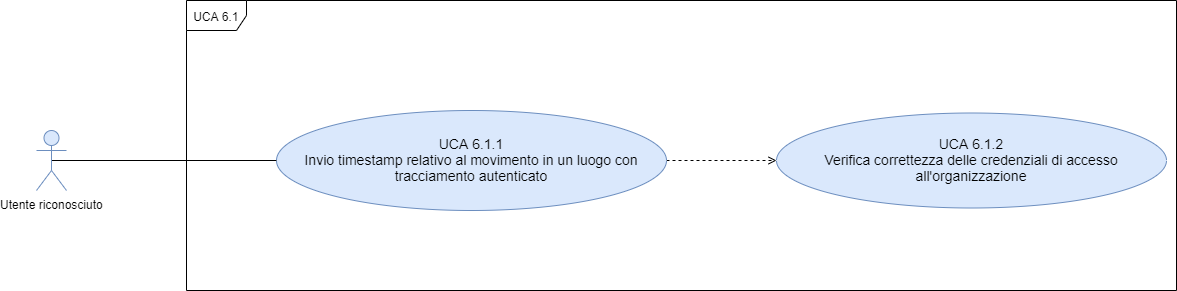
Above: DocumentazioneEsterna/AnalisiRequisiti/sezioni/UseCase/Immagini/UCA6.1.png in qb-team/Stalker-Documentazione (draw.io), before the change. Source tidied: cells renumbered, new cells last; positions are measured from the earlier drawing's top-left corner, leaving out a move shared by most shapes. Its diagram source:
```xml
<mxGraphModel>
  <root>
    <mxCell id="0" />
    <mxCell id="1" parent="0" />
    <mxCell id="2" value="UCA 6.1&amp;nbsp;" style="shape=umlFrame;whiteSpace=wrap;html=1;" parent="1" vertex="1">
      <mxGeometry x="150" width="990" height="290" as="geometry" />
    </mxCell>
    <mxCell id="3" style="edgeStyle=orthogonalEdgeStyle;rounded=0;jettySize=auto;html=1;exitX=1;exitY=0.5;exitDx=0;exitDy=0;endArrow=open;endFill=0;dashed=1;" parent="1" edge="1" source="4" target="5">
      <mxGeometry relative="1" as="geometry" />
    </mxCell>
    <mxCell id="4" value="&lt;font style=&quot;font-size: 14px&quot;&gt;UCA 6.1.1&lt;br&gt;Invio timestamp relativo al movimento in un luogo con tracciamento autenticato&lt;/font&gt;" style="ellipse;whiteSpace=wrap;html=1;fillColor=#dae8fc;strokeColor=#6c8ebf;" parent="1" vertex="1">
      <mxGeometry x="240" y="110" width="390" height="100" as="geometry" />
    </mxCell>
    <mxCell id="5" value="&lt;span style=&quot;font-size: 14px&quot;&gt;UCA 6.1.2&lt;br&gt;Verifica correttezza delle credenziali di accesso all'organizzazione&lt;/span&gt;" style="ellipse;whiteSpace=wrap;html=1;fillColor=#dae8fc;strokeColor=#6c8ebf;" parent="1" vertex="1">
      <mxGeometry x="740" y="112.5" width="390" height="95" as="geometry" />
    </mxCell>
    <mxCell id="6" style="edgeStyle=orthogonalEdgeStyle;rounded=0;jettySize=auto;html=1;exitX=0.5;exitY=0.5;exitDx=0;exitDy=0;exitPerimeter=0;endArrow=none;endFill=0;" parent="1" edge="1" source="7" target="4">
      <mxGeometry relative="1" as="geometry">
        <Array as="points">
          <mxPoint x="15" y="160" />
        </Array>
      </mxGeometry>
    </mxCell>
    <mxCell id="7" value="Utente riconosciuto" style="shape=umlActor;verticalLabelPosition=bottom;labelBackgroundColor=#ffffff;verticalAlign=top;html=1;outlineConnect=0;fillColor=#dae8fc;strokeColor=#6c8ebf;" parent="1" vertex="1">
      <mxGeometry y="130" width="30" height="60" as="geometry" />
    </mxCell>
  </root>
</mxGraphModel>
```
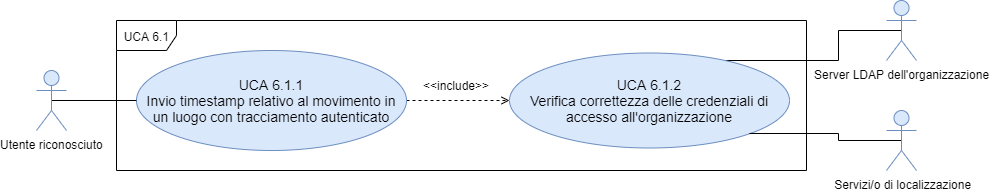
After the change.

What changed in the source:
```diff
@@ -3,26 +3,42 @@
     <mxCell id="0" />
     <mxCell id="1" parent="0" />
     <mxCell id="2" value="UCA 6.1&amp;nbsp;" style="shape=umlFrame;whiteSpace=wrap;html=1;" parent="1" vertex="1">
-      <mxGeometry x="150" width="990" height="290" as="geometry" />
+      <mxGeometry x="150" y="80" width="690" height="150" as="geometry" />
     </mxCell>
     <mxCell id="3" style="edgeStyle=orthogonalEdgeStyle;rounded=0;jettySize=auto;html=1;exitX=1;exitY=0.5;exitDx=0;exitDy=0;endArrow=open;endFill=0;dashed=1;" parent="1" edge="1" source="4" target="5">
       <mxGeometry relative="1" as="geometry" />
     </mxCell>
     <mxCell id="4" value="&lt;font style=&quot;font-size: 14px&quot;&gt;UCA 6.1.1&lt;br&gt;Invio timestamp relativo al movimento in un luogo con tracciamento autenticato&lt;/font&gt;" style="ellipse;whiteSpace=wrap;html=1;fillColor=#dae8fc;strokeColor=#6c8ebf;" parent="1" vertex="1">
-      <mxGeometry x="240" y="110" width="390" height="100" as="geometry" />
+      <mxGeometry x="170" y="110" width="270" height="100" as="geometry" />
     </mxCell>
+    <mxCell id="8" style="edgeStyle=orthogonalEdgeStyle;rounded=0;jettySize=auto;html=1;entryX=0.5;entryY=0.5;entryDx=0;entryDy=0;entryPerimeter=0;endArrow=none;endFill=0;" parent="1" edge="1" source="5" target="12">
+      <mxGeometry relative="1" as="geometry">
+        <Array as="points">
+          <mxPoint x="872" y="120" />
+          <mxPoint x="872" y="90" />
+        </Array>
+      </mxGeometry>
+    </mxCell>
     <mxCell id="5" value="&lt;span style=&quot;font-size: 14px&quot;&gt;UCA 6.1.2&lt;br&gt;Verifica correttezza delle credenziali di accesso all'organizzazione&lt;/span&gt;" style="ellipse;whiteSpace=wrap;html=1;fillColor=#dae8fc;strokeColor=#6c8ebf;" parent="1" vertex="1">
-      <mxGeometry x="740" y="112.5" width="390" height="95" as="geometry" />
+      <mxGeometry x="543" y="112.5" width="280" height="95" as="geometry" />
     </mxCell>
-    <mxCell id="6" style="edgeStyle=orthogonalEdgeStyle;rounded=0;jettySize=auto;html=1;exitX=0.5;exitY=0.5;exitDx=0;exitDy=0;exitPerimeter=0;endArrow=none;endFill=0;" parent="1" edge="1" source="7" target="4">
-      <mxGeometry relative="1" as="geometry">
-        <Array as="points">
-          <mxPoint x="15" y="160" />
-        </Array>
-      </mxGeometry>
+    <mxCell id="6" style="edgeStyle=orthogonalEdgeStyle;rounded=0;jettySize=auto;html=1;entryX=0;entryY=0.5;entryDx=0;entryDy=0;exitX=0.5;exitY=0.5;exitDx=0;exitDy=0;exitPerimeter=0;endArrow=none;endFill=0;" parent="1" edge="1" source="7" target="4">
+      <mxGeometry relative="1" as="geometry" />
     </mxCell>
     <mxCell id="7" value="Utente riconosciuto" style="shape=umlActor;verticalLabelPosition=bottom;labelBackgroundColor=#ffffff;verticalAlign=top;html=1;outlineConnect=0;fillColor=#dae8fc;strokeColor=#6c8ebf;" parent="1" vertex="1">
-      <mxGeometry y="130" width="30" height="60" as="geometry" />
+      <mxGeometry x="70" y="130" width="30" height="60" as="geometry" />
     </mxCell>
+    <mxCell id="9" value="&amp;lt;&amp;lt;include&amp;gt;&amp;gt;" style="text;html=1;align=center;verticalAlign=middle;" parent="1" vertex="1">
+      <mxGeometry x="450" y="135" width="80" height="20" as="geometry" />
+    </mxCell>
+    <mxCell id="10" style="edgeStyle=orthogonalEdgeStyle;rounded=0;jettySize=auto;html=1;entryX=1;entryY=1;entryDx=0;entryDy=0;endArrow=none;endFill=0;exitX=0.5;exitY=0.5;exitDx=0;exitDy=0;exitPerimeter=0;" parent="1" edge="1" source="11" target="5">
+      <mxGeometry relative="1" as="geometry" />
+    </mxCell>
+    <mxCell id="11" value="&amp;nbsp;Servizi/o di localizzazione" style="shape=umlActor;verticalLabelPosition=bottom;labelBackgroundColor=#ffffff;verticalAlign=top;html=1;outlineConnect=0;fillColor=#dae8fc;strokeColor=#6c8ebf;" parent="1" vertex="1">
+      <mxGeometry x="920" y="170" width="30" height="60" as="geometry" />
+    </mxCell>
+    <mxCell id="12" value="Server LDAP dell'organizzazione" style="shape=umlActor;verticalLabelPosition=bottom;labelBackgroundColor=#ffffff;verticalAlign=top;html=1;outlineConnect=0;fillColor=#dae8fc;strokeColor=#6c8ebf;" parent="1" vertex="1">
+      <mxGeometry x="920" y="60" width="30" height="60" as="geometry" />
+    </mxCell>
   </root>
 </mxGraphModel>
```
